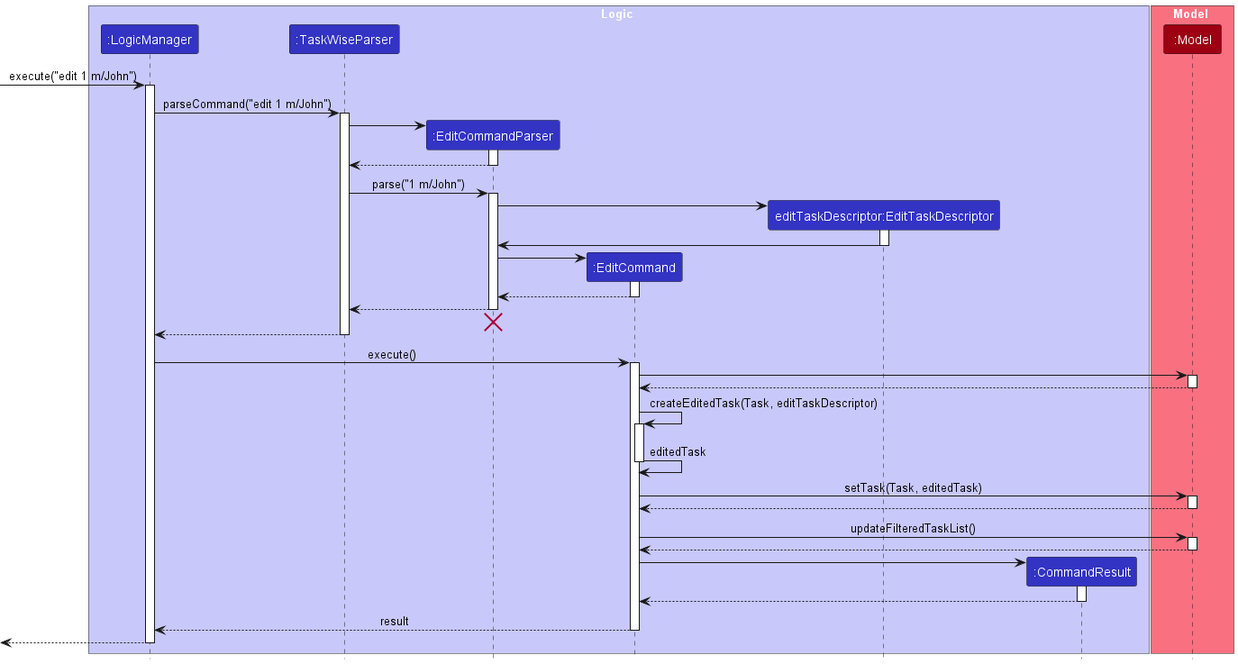
This is docs/images/AssignSequenceDiagram.png from seantehds/tp, a PlantUML export, as it was before one commit.
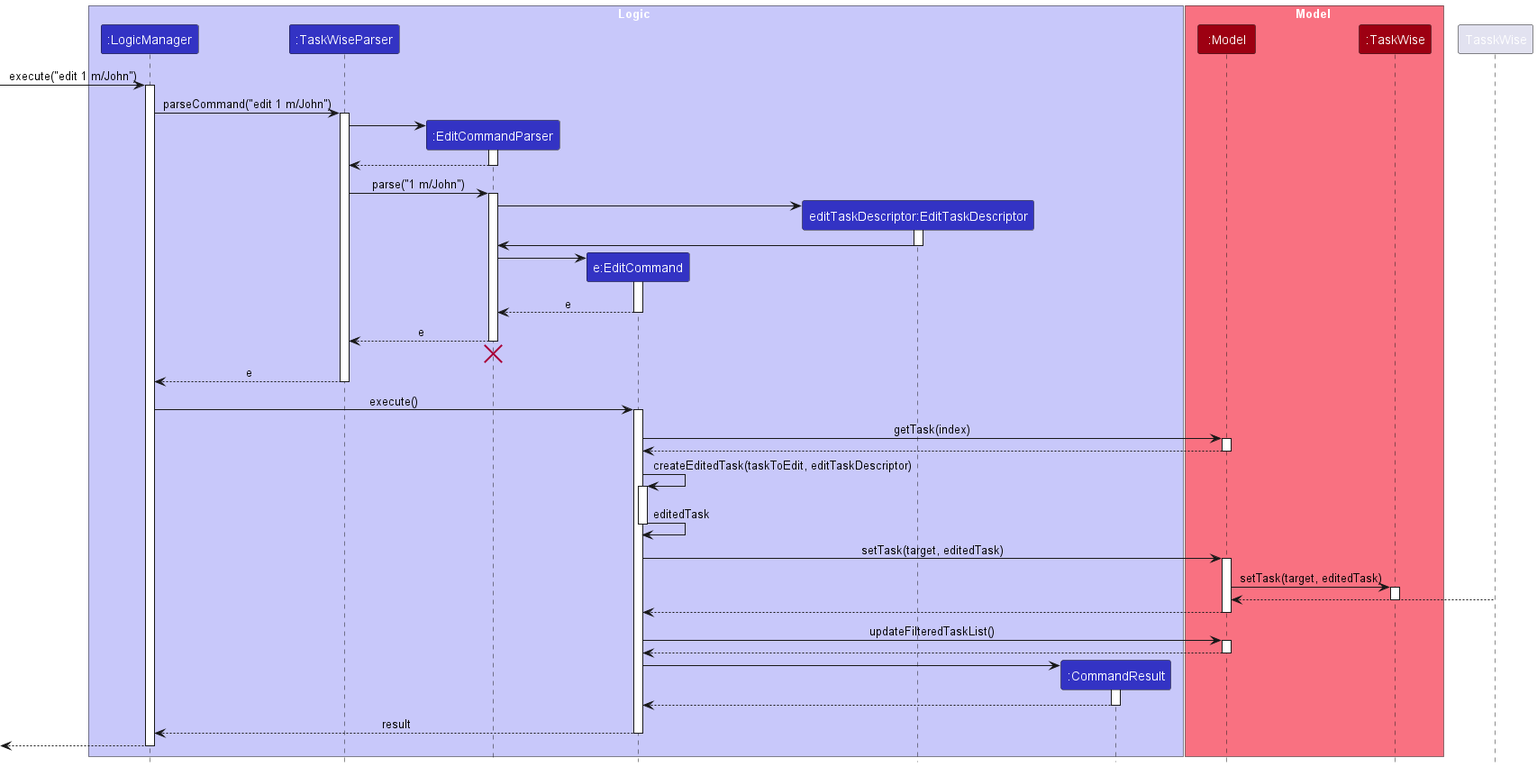
After the commit.

Commit message:
Add activity and sequence diagram for edit command members

The edit, as a diff of the source:
```diff
@@ -6,13 +6,14 @@
 participant ":LogicManager" as LogicManager LOGIC_COLOR
 participant ":TaskWiseParser" as TaskWiseParser LOGIC_COLOR
 participant ":EditCommandParser" as EditCommandParser LOGIC_COLOR
-participant ":EditCommand" as EditCommand LOGIC_COLOR
+participant "e:EditCommand" as EditCommand LOGIC_COLOR
 participant "editTaskDescriptor:EditTaskDescriptor" as EditTaskDescriptor LOGIC_COLOR
 participant ":CommandResult" as CommandResult LOGIC_COLOR
 end box
 
 box Model MODEL_COLOR_T1
 participant ":Model" as Model MODEL_COLOR
+participant ":TaskWise" as TaskWise MODEL_COLOR
 end box
 
 [-> LogicManager : execute("edit 1 m/John")
@@ -42,34 +43,40 @@
 EditCommandParser -> EditCommand
 activate EditCommand
 
-EditCommand --> EditCommandParser
+EditCommand --> EditCommandParser : e
 deactivate EditCommand
 
-EditCommandParser --> TaskWiseParser
+EditCommandParser --> TaskWiseParser : e
 deactivate EditCommandParser
 EditCommandParser -[hidden]-> TaskWiseParser
 destroy EditCommandParser
 
-TaskWiseParser --> LogicManager
+TaskWiseParser --> LogicManager : e
 deactivate TaskWiseParser
 
 LogicManager -> EditCommand : execute()
 activate EditCommand
 
-EditCommand -> Model :
+EditCommand -> Model : getTask(index)
 activate Model
 
 Model --> EditCommand
 deactivate Model
 
-EditCommand -> EditCommand :createEditedTask(Task, editTaskDescriptor)
+EditCommand -> EditCommand :createEditedTask(taskToEdit, editTaskDescriptor)
 activate EditCommand
 
 EditCommand -> EditCommand  : editedTask
 deactivate EditCommand
 
-EditCommand -> Model : setTask(Task, editedTask)
+EditCommand -> Model : setTask(target, editedTask)
 activate Model
+
+Model -> TaskWise : setTask(target, editedTask)
+activate TaskWise
+
+TasskWise --> Model
+deactivate TaskWise
 
 Model --> EditCommand
 deactivate Model
```
